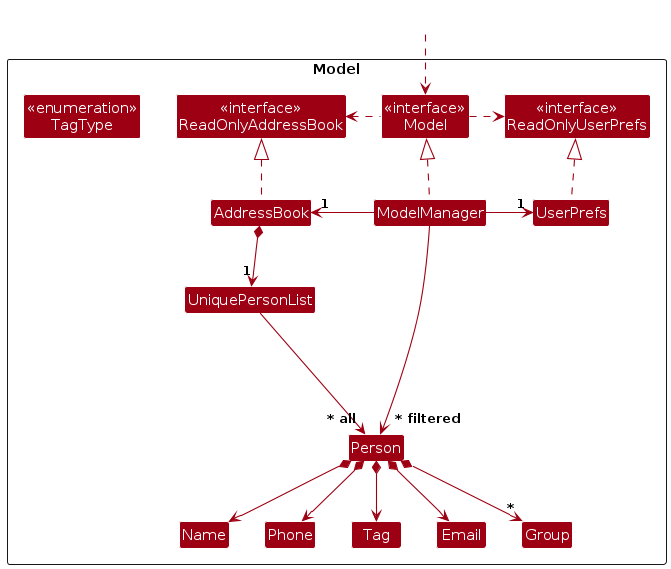
Above: diagrams/ModelClassDiagram.png in Ragnapop/tp (PlantUML), before the change. Its source is kept beside it as diagrams/ModelClassDiagram.puml.
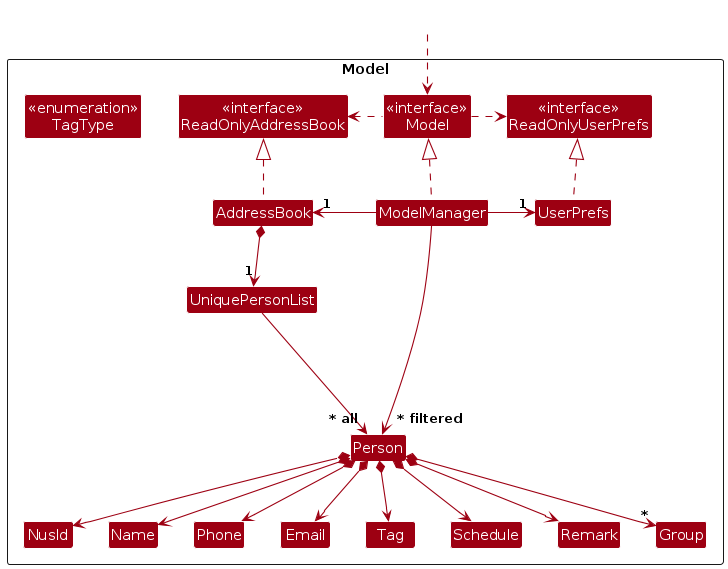
Later version of the same file.

Change to the diagram source:
```diff
@@ -17,9 +17,12 @@
 Class Tag
 Class "<<enumeration>>\nTagType" as TagType
 Class Email
+Class NusId
 Class Name
 Class Phone
 Class Group
+Class Schedule
+Class Remark
 
 Class I #FFFFFF
 }
@@ -38,18 +41,24 @@
 
 AddressBook *--> "1" UniquePersonList
 UniquePersonList --> "~* all" Person
+Person *--> NusId
 Person *--> Name
 Person *--> Phone
 Person *--> Email
 Person *--> Tag
+Person *--> Schedule
+Person *--> Remark
 Person *--> "*" Group
 
 Person -[hidden]up--> I
 UniquePersonList -[hidden]right-> I
 
+NusId -[hidden]right-> Name
 Name -[hidden]right-> Phone
-Phone -[hidden]right-> Tag
-Tag -[hidden]right-> Email
+Phone -[hidden]right-> Email
+Email -[hidden]right-> Tag
+Tag -[hidden]right-> Schedule
+Schedule -[hidden]right-> Remark
 
 ModelManager --> "~* filtered" Person
 @enduml
```
